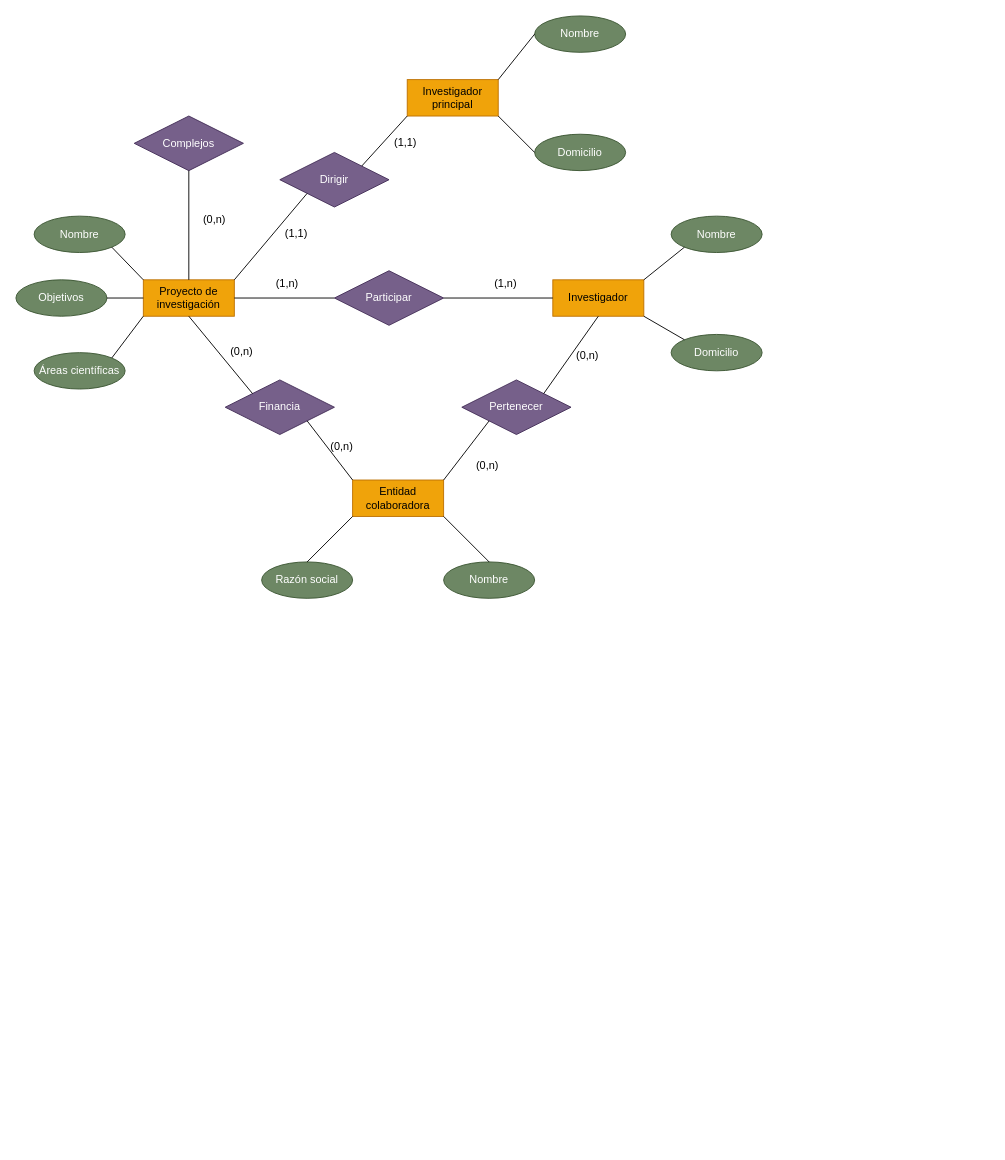
oscaralvarezz/BBDD keeps this draw.io diagram as ej14.drawio. Above is the earlier version. Source tidied: cells renumbered, new cells numbered last; positions are measured from the earlier drawing's top-left corner, leaving out a move shared by most shapes. Both pictures are drawn from the tidied source at 91%, with x=0, y=0 at pixel (15, 15).
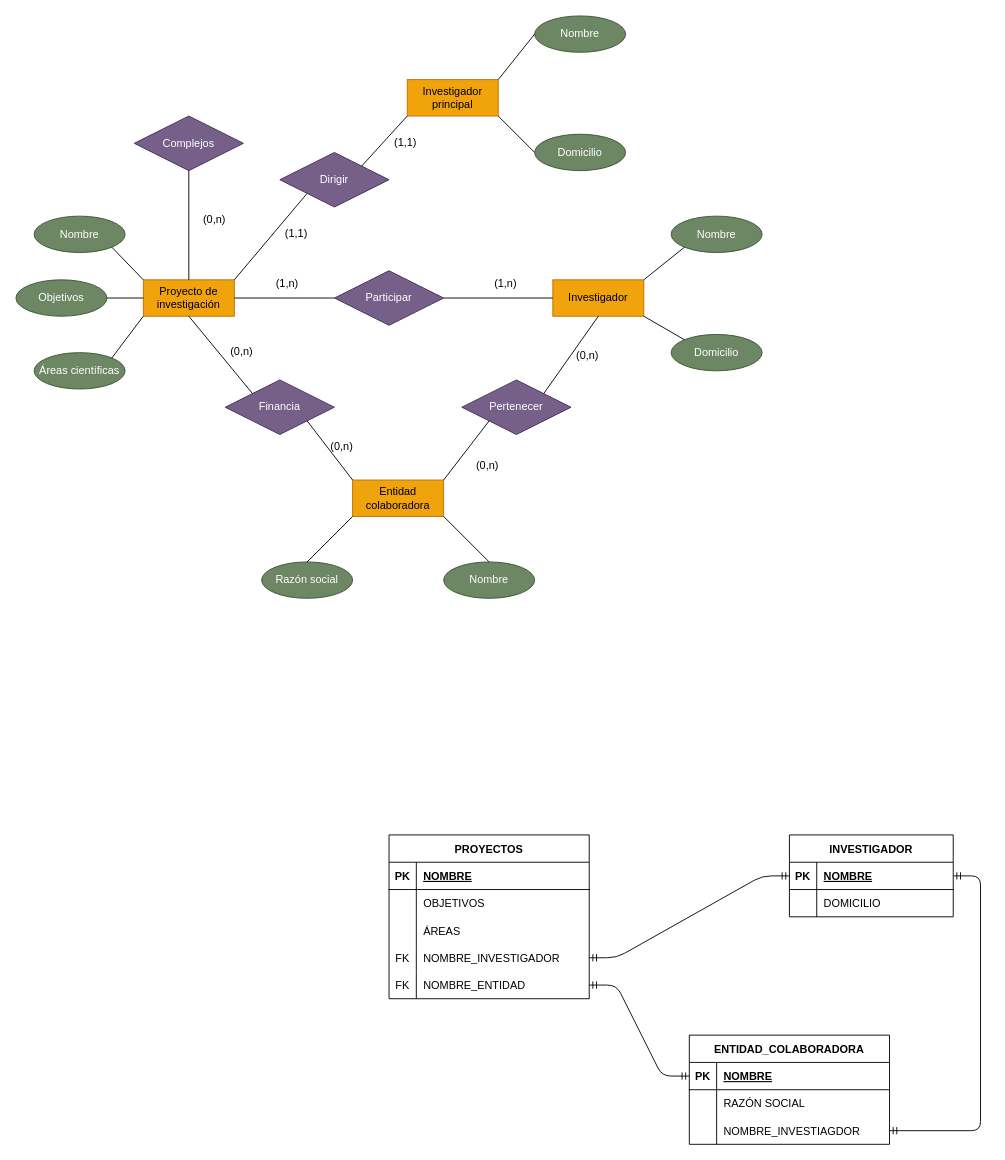
After the change.

The edit, as a diff of the source:
```diff
@@
+    <mxCell id="47" value="PROYECTOS" style="shape=table;startSize=30;childLayout=tableLayout;rowLines=0;fontStyle=1;align=center;" parent="1" vertex="1">
+      <mxGeometry x="410" y="900" width="220" height="180" as="geometry" />
+    </mxCell>
+    <mxCell id="48" style="shape=tableRow;horizontal=0;startSize=0;swimlaneHead=0;swimlaneBody=0;fillColor=none;top=0;left=0;right=0;bottom=1;" parent="47" vertex="1">
+      <mxGeometry y="30" width="220" height="30" as="geometry" />
+    </mxCell>
+    <mxCell id="49" value="PK" style="shape=partialRectangle;fillColor=none;top=0;left=0;bottom=0;right=0;fontStyle=1;overflow=hidden;" parent="48" vertex="1">
+      <mxGeometry width="30" height="30" as="geometry" />
+    </mxCell>
+    <mxCell id="50" value="NOMBRE" style="shape=partialRectangle;fillColor=none;top=0;left=0;bottom=0;right=0;align=left;spacingLeft=6;fontStyle=5;overflow=hidden;" parent="48" vertex="1">
+      <mxGeometry x="30" width="190" height="30" as="geometry" />
+    </mxCell>
+    <mxCell id="51" style="shape=tableRow;horizontal=0;startSize=0;swimlaneHead=0;swimlaneBody=0;fillColor=none;top=0;left=0;right=0;bottom=0;" parent="47" vertex="1">
+      <mxGeometry y="60" width="220" height="30" as="geometry" />
+    </mxCell>
+    <mxCell id="52" style="shape=partialRectangle;fillColor=none;top=0;left=0;bottom=0;right=0;overflow=hidden;" parent="51" vertex="1">
+      <mxGeometry width="30" height="30" as="geometry" />
+    </mxCell>
+    <mxCell id="53" value="OBJETIVOS" style="shape=partialRectangle;fillColor=none;top=0;left=0;bottom=0;right=0;align=left;spacingLeft=6;overflow=hidden;" parent="51" vertex="1">
+      <mxGeometry x="30" width="190" height="30" as="geometry" />
+    </mxCell>
+    <mxCell id="54" style="shape=tableRow;horizontal=0;startSize=0;swimlaneHead=0;swimlaneBody=0;fillColor=none;top=0;left=0;right=0;bottom=0;" parent="47" vertex="1">
+      <mxGeometry y="90" width="220" height="30" as="geometry" />
+    </mxCell>
+    <mxCell id="55" style="shape=partialRectangle;fillColor=none;top=0;left=0;bottom=0;right=0;overflow=hidden;" parent="54" vertex="1">
+      <mxGeometry width="30" height="30" as="geometry" />
+    </mxCell>
+    <mxCell id="56" value="ÁREAS" style="shape=partialRectangle;fillColor=none;top=0;left=0;bottom=0;right=0;align=left;spacingLeft=6;overflow=hidden;" parent="54" vertex="1">
+      <mxGeometry x="30" width="190" height="30" as="geometry" />
+    </mxCell>
+    <mxCell id="57" style="shape=tableRow;horizontal=0;startSize=0;swimlaneHead=0;swimlaneBody=0;fillColor=none;points=[[0,0.5],[1,0.5]];portConstraint=eastwest;top=0;left=0;right=0;bottom=0;" parent="47" vertex="1">
+      <mxGeometry y="120" width="220" height="30" as="geometry" />
+    </mxCell>
+    <mxCell id="58" value="FK" style="shape=partialRectangle;fillColor=none;top=0;left=0;bottom=0;right=0;overflow=hidden;" parent="57" vertex="1">
+      <mxGeometry width="30" height="30" as="geometry" />
+    </mxCell>
+    <mxCell id="59" value="NOMBRE_INVESTIGADOR" style="shape=partialRectangle;fillColor=none;top=0;left=0;bottom=0;right=0;align=left;spacingLeft=6;overflow=hidden;" parent="57" vertex="1">
+      <mxGeometry x="30" width="190" height="30" as="geometry" />
+    </mxCell>
+    <mxCell id="60" style="shape=tableRow;horizontal=0;startSize=0;swimlaneHead=0;swimlaneBody=0;fillColor=none;points=[[0,0.5],[1,0.5]];portConstraint=eastwest;top=0;left=0;right=0;bottom=0;" parent="47" vertex="1">
+      <mxGeometry y="150" width="220" height="30" as="geometry" />
+    </mxCell>
+    <mxCell id="61" value="FK" style="shape=partialRectangle;fillColor=none;top=0;left=0;bottom=0;right=0;overflow=hidden;" parent="60" vertex="1">
+      <mxGeometry width="30" height="30" as="geometry" />
+    </mxCell>
+    <mxCell id="62" value="NOMBRE_ENTIDAD" style="shape=partialRectangle;fillColor=none;top=0;left=0;bottom=0;right=0;align=left;spacingLeft=6;overflow=hidden;" parent="60" vertex="1">
+      <mxGeometry x="30" width="190" height="30" as="geometry" />
+    </mxCell>
+    <mxCell id="63" value="INVESTIGADOR" style="shape=table;startSize=30;childLayout=tableLayout;rowLines=0;fontStyle=1;align=center;" parent="1" vertex="1">
+      <mxGeometry x="850" y="900" width="180" height="90" as="geometry" />
+    </mxCell>
+    <mxCell id="64" style="shape=tableRow;horizontal=0;startSize=0;swimlaneHead=0;swimlaneBody=0;fillColor=none;points=[[0,0.5],[1,0.5]];portConstraint=eastwest;top=0;left=0;right=0;bottom=1;" parent="63" vertex="1">
+      <mxGeometry y="30" width="180" height="30" as="geometry" />
+    </mxCell>
+    <mxCell id="65" value="PK" style="shape=partialRectangle;fillColor=none;top=0;left=0;bottom=0;right=0;fontStyle=1;overflow=hidden;" parent="64" vertex="1">
+      <mxGeometry width="30" height="30" as="geometry" />
+    </mxCell>
+    <mxCell id="66" value="NOMBRE" style="shape=partialRectangle;fillColor=none;top=0;left=0;bottom=0;right=0;align=left;spacingLeft=6;fontStyle=5;overflow=hidden;" parent="64" vertex="1">
+      <mxGeometry x="30" width="150" height="30" as="geometry" />
+    </mxCell>
+    <mxCell id="67" style="shape=tableRow;horizontal=0;startSize=0;swimlaneHead=0;swimlaneBody=0;fillColor=none;top=0;left=0;right=0;bottom=0;" parent="63" vertex="1">
+      <mxGeometry y="60" width="180" height="30" as="geometry" />
+    </mxCell>
+    <mxCell id="68" style="shape=partialRectangle;fillColor=none;top=0;left=0;bottom=0;right=0;overflow=hidden;" parent="67" vertex="1">
+      <mxGeometry width="30" height="30" as="geometry" />
+    </mxCell>
+    <mxCell id="69" value="DOMICILIO" style="shape=partialRectangle;fillColor=none;top=0;left=0;bottom=0;right=0;align=left;spacingLeft=6;overflow=hidden;" parent="67" vertex="1">
+      <mxGeometry x="30" width="150" height="30" as="geometry" />
+    </mxCell>
+    <mxCell id="70" value="ENTIDAD_COLABORADORA" style="shape=table;startSize=30;childLayout=tableLayout;rowLines=0;fontStyle=1;align=center;" parent="1" vertex="1">
+      <mxGeometry x="740" y="1120" width="220" height="120" as="geometry" />
+    </mxCell>
+    <mxCell id="71" style="shape=tableRow;horizontal=0;startSize=0;swimlaneHead=0;swimlaneBody=0;fillColor=none;points=[[0,0.5],[1,0.5]];portConstraint=eastwest;top=0;left=0;right=0;bottom=1;" parent="70" vertex="1">
+      <mxGeometry y="30" width="220" height="30" as="geometry" />
+    </mxCell>
+    <mxCell id="72" value="PK" style="shape=partialRectangle;fillColor=none;top=0;left=0;bottom=0;right=0;fontStyle=1;overflow=hidden;" parent="71" vertex="1">
+      <mxGeometry width="30" height="30" as="geometry" />
+    </mxCell>
+    <mxCell id="73" value="NOMBRE" style="shape=partialRectangle;fillColor=none;top=0;left=0;bottom=0;right=0;align=left;spacingLeft=6;fontStyle=5;overflow=hidden;" parent="71" vertex="1">
+      <mxGeometry x="30" width="190" height="30" as="geometry" />
+    </mxCell>
+    <mxCell id="74" style="shape=tableRow;horizontal=0;startSize=0;swimlaneHead=0;swimlaneBody=0;fillColor=none;top=0;left=0;right=0;bottom=0;" parent="70" vertex="1">
+      <mxGeometry y="60" width="220" height="30" as="geometry" />
+    </mxCell>
+    <mxCell id="75" style="shape=partialRectangle;fillColor=none;top=0;left=0;bottom=0;right=0;overflow=hidden;" parent="74" vertex="1">
+      <mxGeometry width="30" height="30" as="geometry" />
+    </mxCell>
+    <mxCell id="76" value="RAZÓN SOCIAL" style="shape=partialRectangle;fillColor=none;top=0;left=0;bottom=0;right=0;align=left;spacingLeft=6;overflow=hidden;" parent="74" vertex="1">
+      <mxGeometry x="30" width="190" height="30" as="geometry" />
+    </mxCell>
+    <mxCell id="77" style="shape=tableRow;horizontal=0;startSize=0;swimlaneHead=0;swimlaneBody=0;fillColor=none;points=[[0,0.5],[1,0.5]];portConstraint=eastwest;top=0;left=0;right=0;bottom=0;" parent="70" vertex="1">
+      <mxGeometry y="90" width="220" height="30" as="geometry" />
+    </mxCell>
+    <mxCell id="78" style="shape=partialRectangle;fillColor=none;top=0;left=0;bottom=0;right=0;overflow=hidden;" parent="77" vertex="1">
+      <mxGeometry width="30" height="30" as="geometry" />
+    </mxCell>
+    <mxCell id="79" value="NOMBRE_INVESTIAGDOR" style="shape=partialRectangle;fillColor=none;top=0;left=0;bottom=0;right=0;align=left;spacingLeft=6;overflow=hidden;" parent="77" vertex="1">
+      <mxGeometry x="30" width="190" height="30" as="geometry" />
+    </mxCell>
+    <mxCell id="80" style="edgeStyle=entityRelationEdgeStyle;fontSize=12;html=1;endArrow=ERmandOne;startArrow=ERmandOne;exitX=1;exitY=0.5;exitDx=0;exitDy=0;entryX=0;entryY=0.5;entryDx=0;entryDy=0;" parent="1" edge="1" source="60" target="71">
+      <mxGeometry relative="1" as="geometry" />
+    </mxCell>
+    <mxCell id="81" style="edgeStyle=entityRelationEdgeStyle;fontSize=12;html=1;endArrow=ERmandOne;startArrow=ERmandOne;exitX=1;exitY=0.5;exitDx=0;exitDy=0;entryX=0;entryY=0.5;entryDx=0;entryDy=0;" parent="1" edge="1" source="57" target="64">
+      <mxGeometry relative="1" as="geometry" />
+    </mxCell>
+    <mxCell id="82" style="edgeStyle=entityRelationEdgeStyle;fontSize=12;html=1;endArrow=ERmandOne;startArrow=ERmandOne;exitX=1;exitY=0.5;exitDx=0;exitDy=0;" parent="1" edge="1" source="77" target="64">
+      <mxGeometry relative="1" as="geometry" />
+    </mxCell>
```
